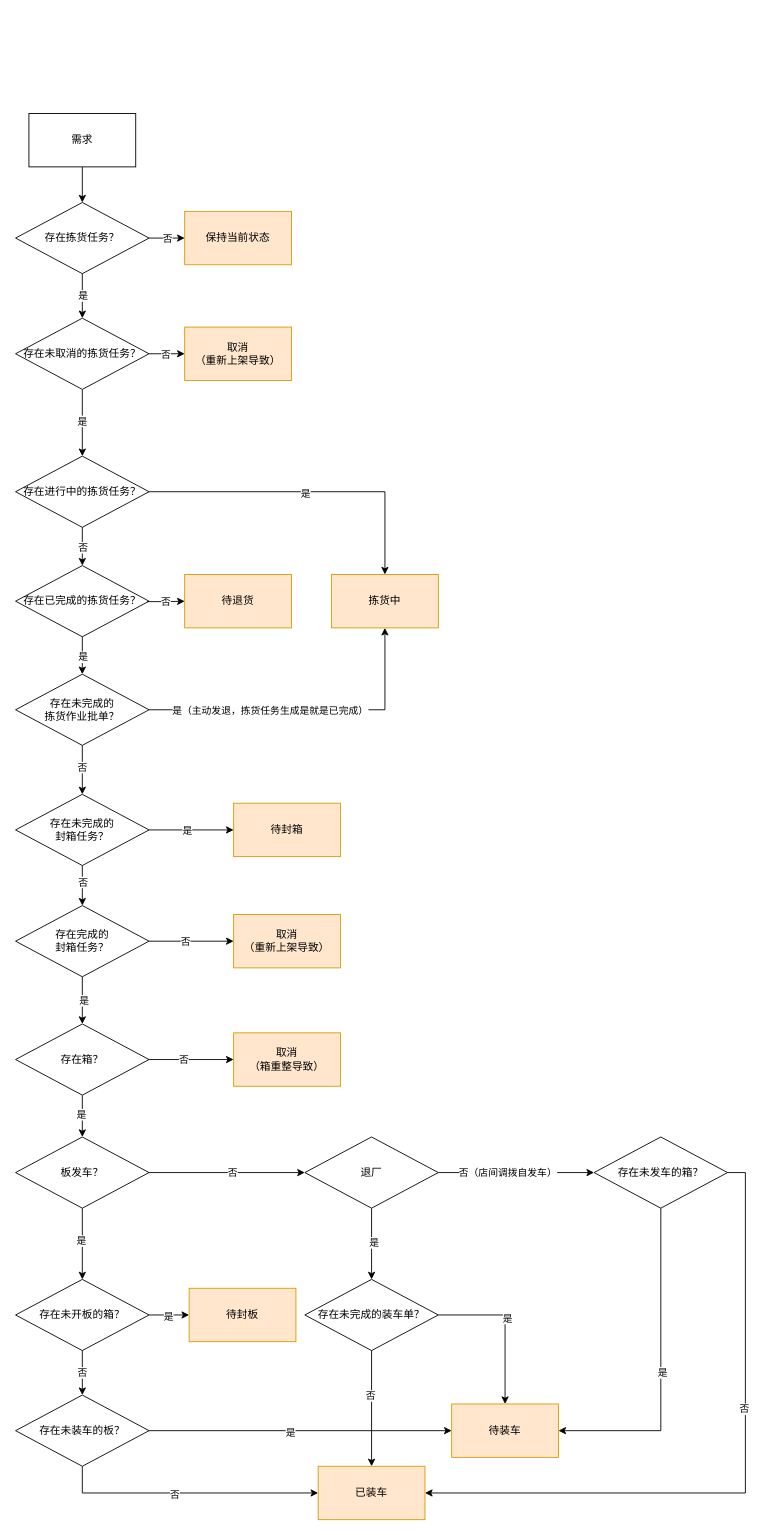
aspojo/diagrams keeps this draw.io diagram as page "需求状态" (7 of 7) of work/revert/产生拣货批单.drawio. Above is the earlier version. Source tidied: cells renumbered, new cells numbered last; positions are measured from the earlier drawing's top-left corner, leaving out a move shared by most shapes. Both pictures are drawn from the tidied source at 89%, with x=0, y=0 at pixel (15, 113).
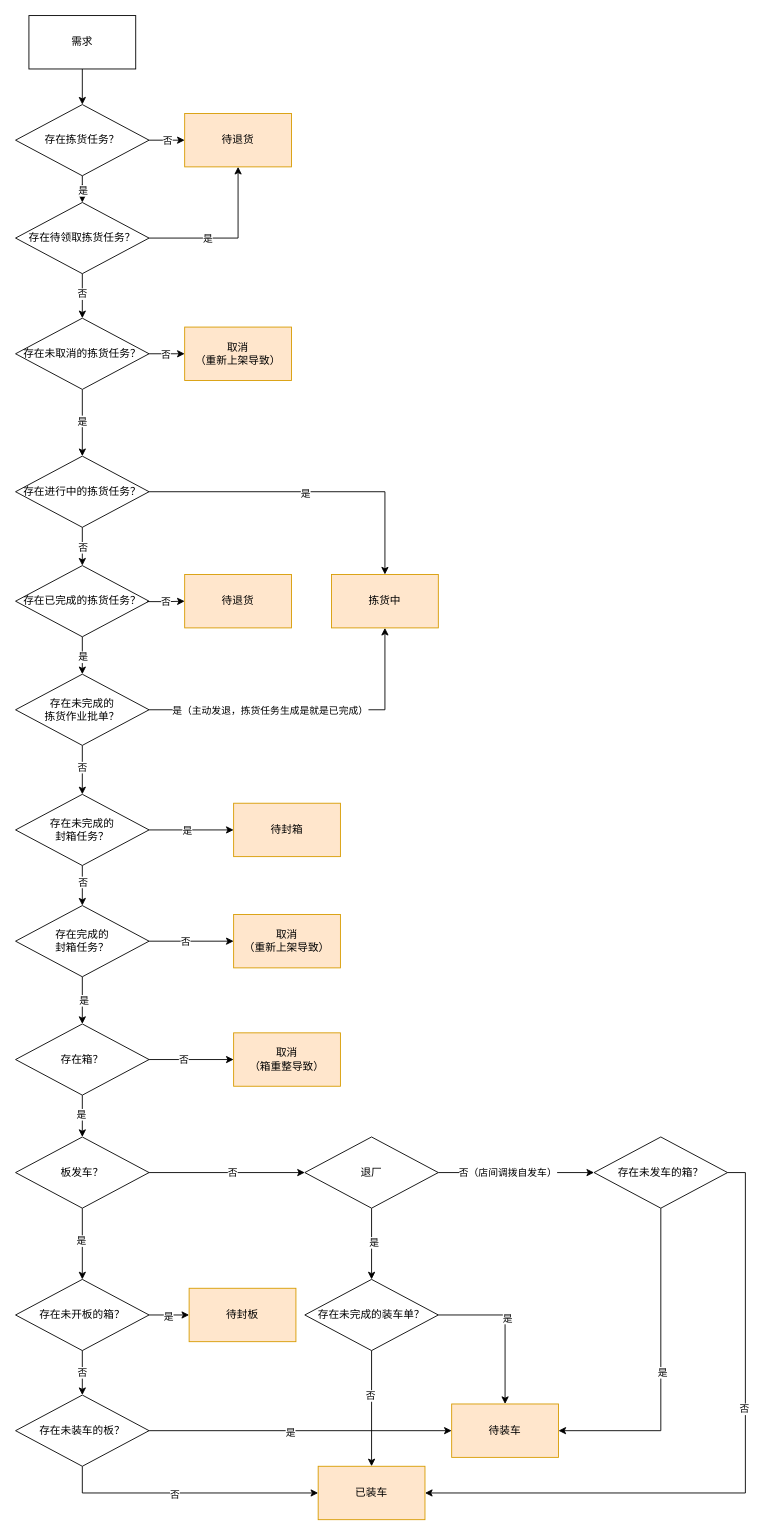
The same diagram, later.

Commit message:
更新产生拣货批单.drawio

Unchanged cells that the change refers to:
```xml
<mxCell id="65" value="存在未取消的拣货任务？" style="rhombus;whiteSpace=wrap;html=1;" parent="1" vertex="1">
  <mxGeometry y="230" width="150" height="80" as="geometry" />
</mxCell>
```

Change to the diagram source:
```diff
@@
     <mxCell id="3" value="需求" style="rounded=0;whiteSpace=wrap;html=1;" parent="1" vertex="1">
-      <mxGeometry x="15" width="120" height="60" as="geometry" />
+      <mxGeometry x="15" y="-110" width="120" height="60" as="geometry" />
     </mxCell>
@@
-    <mxCell id="55" style="edgeStyle=orthogonalEdgeStyle;rounded=0;jettySize=auto;html=1;" parent="1" edge="1" source="57" target="65">
+    <mxCell id="55" style="edgeStyle=orthogonalEdgeStyle;rounded=0;jettySize=auto;html=1;" parent="1" edge="1" source="57" target="88">
       <mxGeometry relative="1" as="geometry" />
     </mxCell>
@@
     <mxCell id="57" value="存在拣货任务？" style="rhombus;whiteSpace=wrap;html=1;" parent="1" vertex="1">
-      <mxGeometry y="100" width="150" height="80" as="geometry" />
+      <mxGeometry y="-10" width="150" height="80" as="geometry" />
     </mxCell>
@@
-    <mxCell id="60" value="保持当前状态" style="whiteSpace=wrap;html=1;fillColor=#ffe6cc;strokeColor=#d79b00;" parent="1" vertex="1">
-      <mxGeometry x="190" y="110" width="120" height="60" as="geometry" />
+    <mxCell id="60" value="待退货" style="whiteSpace=wrap;html=1;fillColor=#ffe6cc;strokeColor=#d79b00;" parent="1" vertex="1">
+      <mxGeometry x="190" width="120" height="60" as="geometry" />
     </mxCell>
@@
+    <mxCell id="84" style="edgeStyle=orthogonalEdgeStyle;rounded=0;jettySize=auto;html=1;" parent="1" edge="1" source="88" target="65">
+      <mxGeometry relative="1" as="geometry" />
+    </mxCell>
+    <mxCell id="85" value="否" style="edgeLabel;html=1;align=center;verticalAlign=middle;" parent="84" vertex="1">
+      <mxGeometry x="-0.14" y="-1" relative="1" as="geometry" />
+    </mxCell>
+    <mxCell id="86" style="edgeStyle=orthogonalEdgeStyle;rounded=0;jettySize=auto;html=1;" parent="1" edge="1" source="88" target="60">
+      <mxGeometry relative="1" as="geometry" />
+    </mxCell>
+    <mxCell id="87" value="是" style="edgeLabel;html=1;align=center;verticalAlign=middle;" parent="86" vertex="1">
+      <mxGeometry x="-0.28" relative="1" as="geometry" />
+    </mxCell>
+    <mxCell id="88" value="存在待领取拣货任务？" style="rhombus;whiteSpace=wrap;html=1;" parent="1" vertex="1">
+      <mxGeometry y="100" width="150" height="80" as="geometry" />
+    </mxCell>
```
